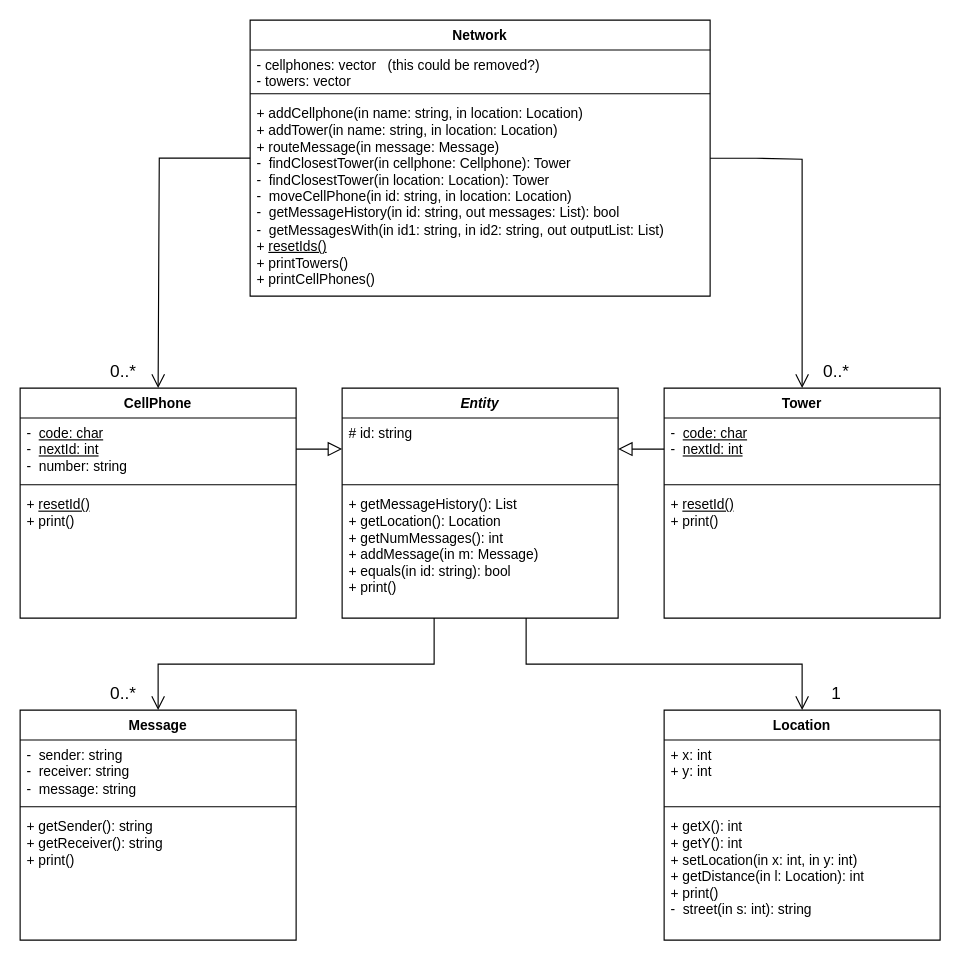
Earlier version of the draw.io diagram Untitled Diagram.drawio (InvalidPathException/draw.io). Source tidied: cells renumbered, new cells numbered last; positions are measured from the earlier drawing's top-left corner, leaving out a move shared by most shapes. Both pictures are drawn from the tidied source at 115%, with x=0, y=0 at pixel (20, 20).
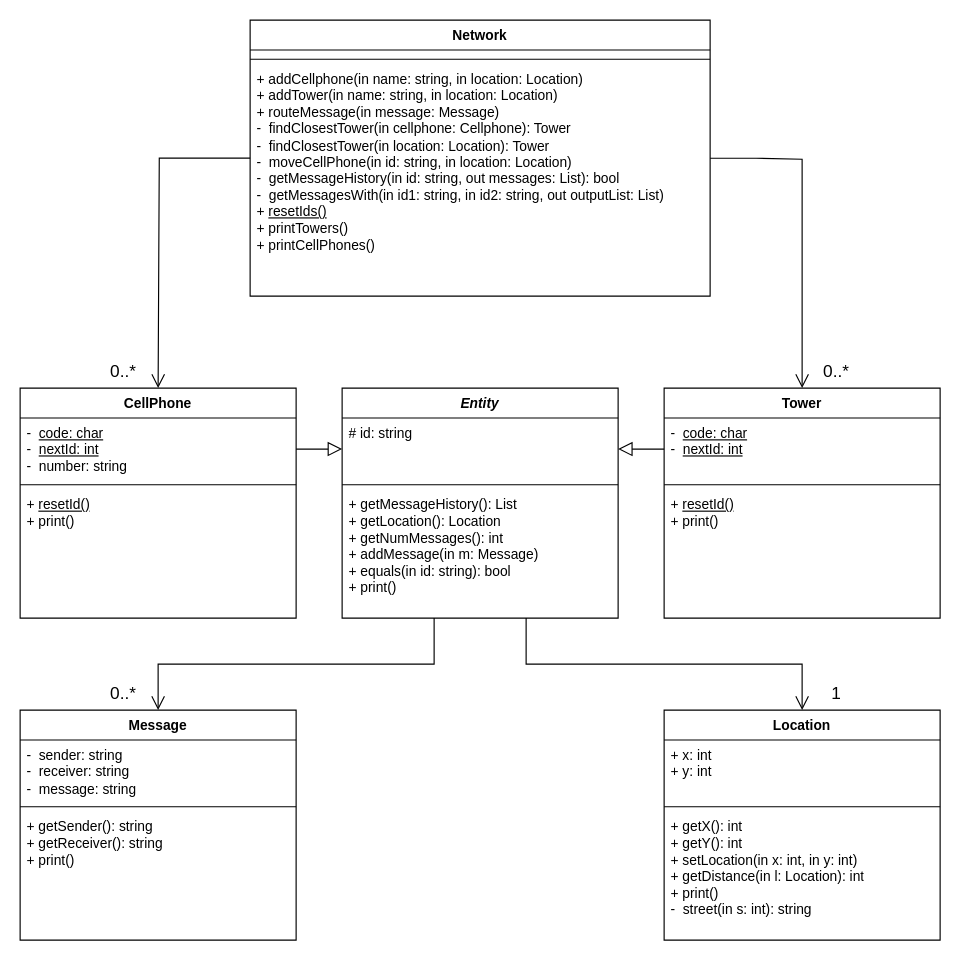
After the change.

Unchanged cells that the change refers to:
```xml
<mxCell id="2" value="Network" style="swimlane;fontStyle=1;align=center;verticalAlign=top;horizontal=1;startSize=26;whiteSpace=wrap;html=1;" parent="1" vertex="1">
  <mxGeometry x="200" width="400" height="240" as="geometry" />
</mxCell>
```

The edit, as a diff of the source:
```diff
@@
-    <mxCell id="3" value="&lt;div&gt;- cellphones: vector&amp;nbsp;&amp;nbsp; (this could be removed?)&lt;br&gt;&lt;/div&gt;&lt;div&gt;- towers: vector&lt;br&gt;&lt;/div&gt;" style="text;strokeColor=none;fillColor=none;align=left;verticalAlign=top;spacingLeft=4;spacingRight=4;overflow=hidden;whiteSpace=wrap;html=1;" parent="2" vertex="1">
-      <mxGeometry y="26" width="400" height="34" as="geometry" />
+    <mxCell id="3" value="&lt;div&gt;&lt;br&gt;&lt;/div&gt;" style="text;strokeColor=none;fillColor=none;align=left;verticalAlign=top;spacingLeft=4;spacingRight=4;overflow=hidden;whiteSpace=wrap;html=1;" parent="2" vertex="1">
+      <mxGeometry y="26" width="400" height="4" as="geometry" />
     </mxCell>
     <mxCell id="4" style="line;strokeWidth=1;fillColor=none;align=left;verticalAlign=middle;spacingTop=-1;spacingLeft=3;spacingRight=3;labelPosition=right;strokeColor=inherit;" parent="2" vertex="1">
-      <mxGeometry y="60" width="400" height="8" as="geometry" />
+      <mxGeometry y="30" width="400" height="8" as="geometry" />
     </mxCell>
@@
     <mxCell id="6" value="&lt;div&gt;&lt;div style=&quot;border-color: var(--border-color);&quot;&gt;+ addCellphone(in name: string, in location: Location)&lt;br style=&quot;border-color: var(--border-color);&quot;&gt;+ addTower(in name: string, in location: Location)&lt;/div&gt;&lt;div style=&quot;border-color: var(--border-color);&quot;&gt;+ routeMessage(in message: Message)&lt;br style=&quot;border-color: var(--border-color);&quot;&gt;-&amp;nbsp; findClosestTower(in&amp;nbsp;cellphone: Cellphone): Tower&lt;br style=&quot;border-color: var(--border-color);&quot;&gt;-&amp;nbsp; findClosestTower(in location: Location): Tower&lt;br style=&quot;border-color: var(--border-color);&quot;&gt;&lt;/div&gt;-&amp;nbsp; moveCellPhone(in id: string, in location: Location)&lt;br style=&quot;border-color: var(--border-color);&quot;&gt;&lt;div style=&quot;border-color: var(--border-color);&quot;&gt;-&amp;nbsp; getMessageHistory(in id: string, out messages: List): bool&lt;br&gt;&lt;/div&gt;&lt;div style=&quot;border-color: var(--border-color);&quot;&gt;-&amp;nbsp; getMessagesWith(in id1: string, in id2: string, out outputList: List)&lt;br style=&quot;border-color: var(--border-color);&quot;&gt;+ &lt;u&gt;resetIds()&lt;/u&gt;&lt;br style=&quot;border-color: var(--border-color);&quot;&gt;&lt;/div&gt;&lt;div style=&quot;border-color: var(--border-color);&quot;&gt;+ printTowers()&lt;/div&gt;&lt;div style=&quot;border-color: var(--border-color);&quot;&gt;+ printCellPhones()&lt;/div&gt;&lt;/div&gt;" style="text;strokeColor=none;fillColor=none;align=left;verticalAlign=top;spacingLeft=4;spacingRight=4;overflow=hidden;points=[[0,0.5],[1,0.5]];portConstraint=eastwest;whiteSpace=wrap;html=1;" parent="2" vertex="1">
-      <mxGeometry y="68" width="400" height="172" as="geometry" />
+      <mxGeometry y="38" width="400" height="202" as="geometry" />
     </mxCell>
```
